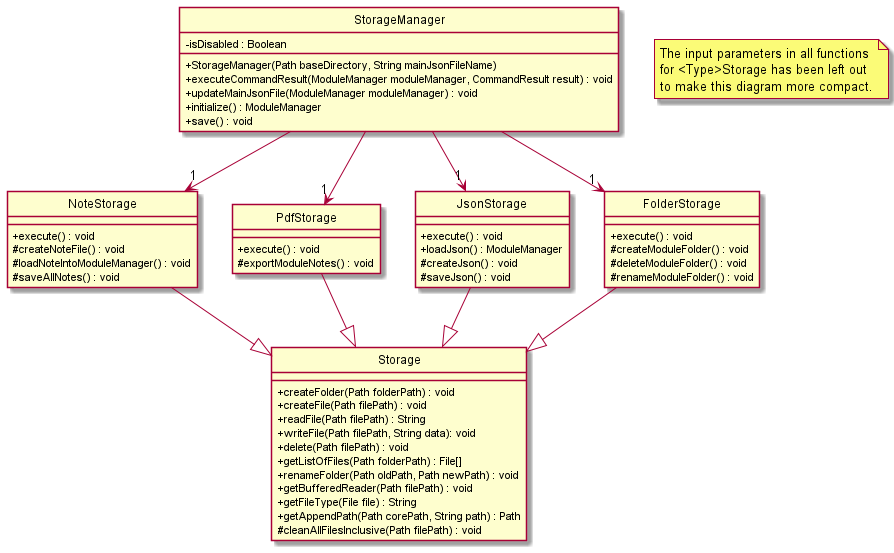
Earlier version of the PlantUML export docs/attachments/StorageComponent.png (nus-cs2113-AY2122S1/tp).
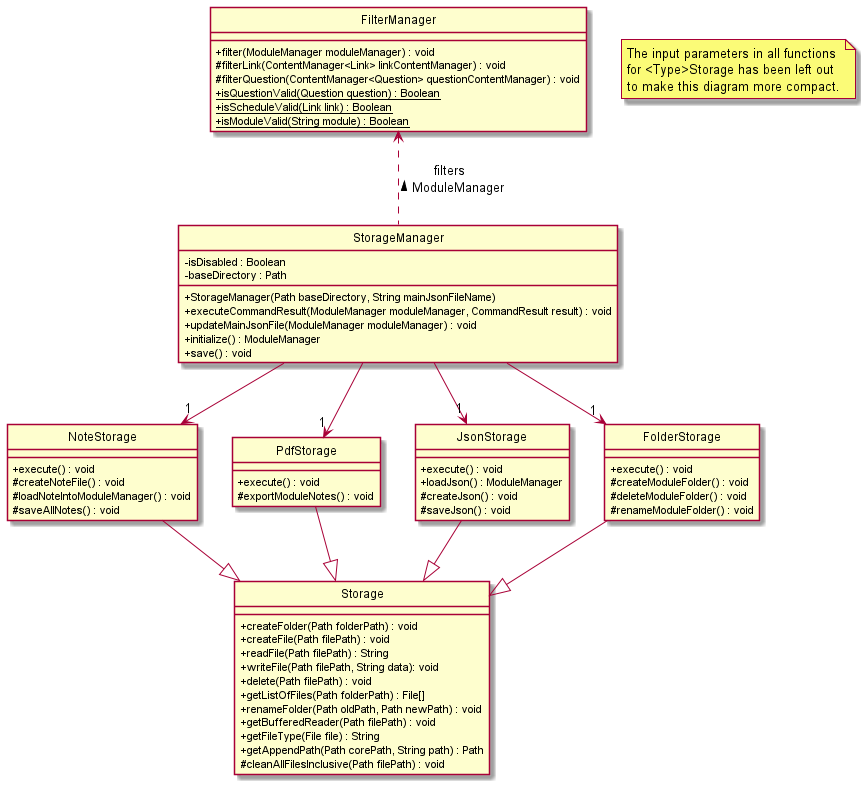
The same diagram one commit later.

Commit message:
Update Storage component in DG with FilterManager

Diff of the diagram source:
```diff
@@ -9,7 +9,7 @@
 StorageManager --> "1" JsonStorage
 StorageManager --> "1" FolderStorage
 
-
+FilterManager <.. StorageManager : "filters \n ModuleManager <"
 
 NoteStorage --|> Storage
 PdfStorage --|> Storage
@@ -18,6 +18,7 @@
 
 class StorageManager {
   - isDisabled : Boolean
+  - baseDirectory : Path
   + StorageManager(Path baseDirectory, String mainJsonFileName)
   + executeCommandResult(ModuleManager moduleManager, CommandResult result) : void
   + updateMainJsonFile(ModuleManager moduleManager) : void
@@ -66,6 +67,16 @@
 
 }
 
+class FilterManager {
+  + filter(ModuleManager moduleManager) : void
+  # filterLink(ContentManager<Link> linkContentManager) : void
+  # filterQuestion(ContentManager<Question> questionContentManager) : void
+  + {static} isQuestionValid(Question question) : Boolean
+  + {static} isScheduleValid(Link link) : Boolean
+  + {static} isModuleValid(String module) : Boolean
+
+}
+
 note "The input parameters in all functions \nfor <Type>Storage has been left out \nto make this diagram more compact." as note1
 
 
```
